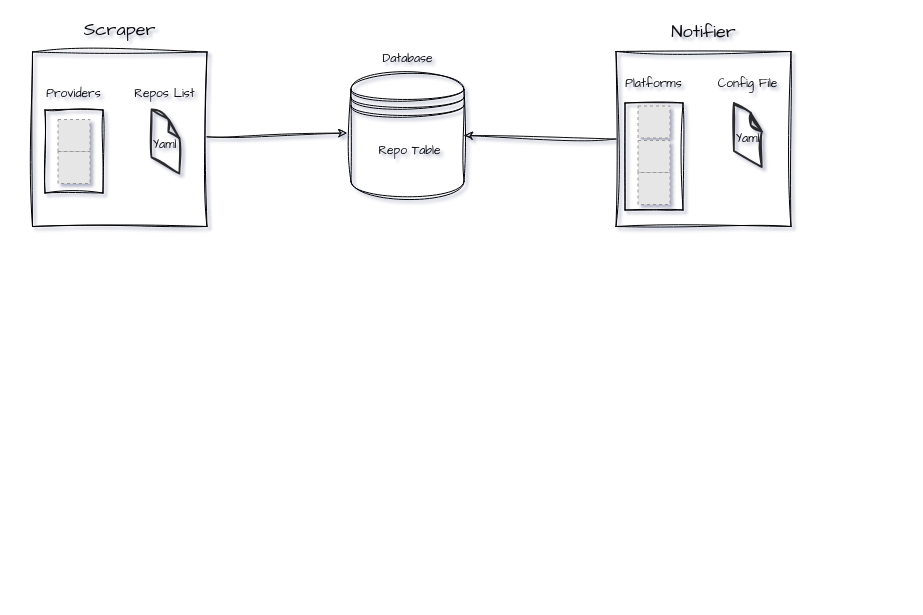
faresherhar/rnotify keeps this draw.io diagram as diagram/diagram.drawio. Above is the earlier version. Source tidied: cells renumbered, new cells numbered last; positions are measured from the earlier drawing's top-left corner, leaving out a move shared by most shapes. Both pictures are drawn from the tidied source at 100%, with x=0, y=0 at pixel (32, 17). Pictures stored in the file or linked from it are replaced by grey dashed boxes.
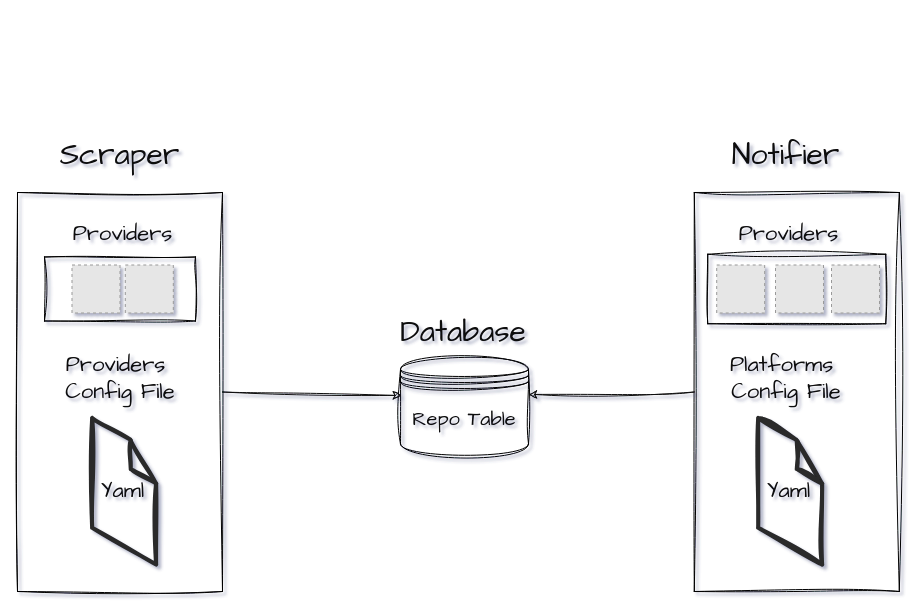
After the change.

Change to the diagram source:
```diff
@@
-    <mxCell id="2" style="whiteSpace=wrap;html=1;sketch=1;hachureGap=4;jiggle=2;curveFitting=1;strokeColor=#000000;fontFamily=Architects Daughter;fontSize=12;fontColor=#100f0f;fillColor=none;" parent="1" vertex="1">
-      <mxGeometry y="34.5" width="174.5" height="174.5" as="geometry" />
-    </mxCell>
-    <mxCell id="3" style="whiteSpace=wrap;html=1;sketch=1;hachureGap=4;jiggle=2;curveFitting=1;strokeColor=#000000;fontFamily=Architects Daughter;fontSize=12;fontColor=#100f0f;fillColor=none;" parent="1" vertex="1">
-      <mxGeometry x="583.5" y="34" width="175" height="175" as="geometry" />
-    </mxCell>
-    <mxCell id="4" style="rounded=0;whiteSpace=wrap;html=1;sketch=1;hachureGap=4;jiggle=2;curveFitting=1;fontFamily=Architects Daughter;fontSize=20;fillColor=none;strokeColor=#000000;rotation=90;" parent="1" vertex="1">
-      <mxGeometry x="568" y="110" width="107" height="58" as="geometry" />
-    </mxCell>
-    <mxCell id="5" style="rounded=0;whiteSpace=wrap;html=1;sketch=1;hachureGap=4;jiggle=2;curveFitting=1;fontFamily=Architects Daughter;fontSize=20;fillColor=none;strokeColor=#000000;rotation=90;" parent="1" vertex="1">
-      <mxGeometry y="105" width="83" height="58" as="geometry" />
+    <mxCell id="5" style="rounded=0;whiteSpace=wrap;html=1;sketch=1;hachureGap=4;jiggle=2;curveFitting=1;fontFamily=Architects Daughter;fontSize=20;fillColor=none;strokeColor=#000000;rotation=90;direction=south;" parent="1" vertex="1">
+      <mxGeometry x="55.5" y="196" width="64" height="151" as="geometry" />
     </mxCell>
-    <mxCell id="6" style="fillColor=#E6E6E6;strokeColor=#999999;dashed=1;verticalLabelPosition=bottom;labelBackgroundColor=default;verticalAlign=top;" parent="1" vertex="1">
-      <mxGeometry x="25.5" y="102" width="32" height="32" as="geometry" />
-    </mxCell>
-    <mxCell id="7" style="fillColor=#E6E6E6;strokeColor=#999999;dashed=1;verticalLabelPosition=bottom;labelBackgroundColor=default;verticalAlign=top;" parent="1" vertex="1">
-      <mxGeometry x="25.5" y="134" width="32" height="32" as="geometry" />
-    </mxCell>
-    <mxCell id="8" value="&lt;font color=&quot;#100f0f&quot; style=&quot;font-size: 12px;&quot;&gt;Providers&lt;/font&gt;" style="text;html=1;strokeColor=none;fillColor=none;align=center;verticalAlign=middle;whiteSpace=wrap;rounded=0;sketch=1;hachureGap=4;jiggle=2;curveFitting=1;fontFamily=Architects Daughter;fontSize=12;" parent="1" vertex="1">
-      <mxGeometry x="13.2" y="65" width="56.5" height="23" as="geometry" />
+    <mxCell id="8" value="&lt;font style=&quot;font-size: 22px;&quot; color=&quot;#100f0f&quot;&gt;Providers&lt;/font&gt;" style="text;html=1;strokeColor=none;fillColor=none;align=center;verticalAlign=middle;whiteSpace=wrap;rounded=0;sketch=1;hachureGap=4;jiggle=2;curveFitting=1;fontFamily=Architects Daughter;fontSize=12;" parent="1" vertex="1">
+      <mxGeometry x="33.8" y="197.5" width="112.8" height="38" as="geometry" />
     </mxCell>
-    <mxCell id="9" value="&lt;font color=&quot;#100f0f&quot; style=&quot;font-size: 12px;&quot;&gt;Database&lt;/font&gt;" style="text;html=1;strokeColor=none;fillColor=none;align=center;verticalAlign=middle;whiteSpace=wrap;rounded=0;sketch=1;hachureGap=4;jiggle=2;curveFitting=1;fontFamily=Architects Daughter;fontSize=12;" parent="1" vertex="1">
-      <mxGeometry x="346.8" y="30" width="56.5" height="23" as="geometry" />
+    <mxCell id="9" value="&lt;font style=&quot;font-size: 30px;&quot; color=&quot;#100f0f&quot;&gt;Database&lt;/font&gt;" style="text;html=1;strokeColor=none;fillColor=none;align=center;verticalAlign=middle;whiteSpace=wrap;rounded=0;sketch=1;hachureGap=4;jiggle=2;curveFitting=1;fontFamily=Architects Daughter;fontSize=12;" parent="1" vertex="1">
+      <mxGeometry x="363" y="297" width="136.2" height="33.5" as="geometry" />
     </mxCell>
-    <mxCell id="10" style="verticalLabelPosition=bottom;html=1;verticalAlign=top;strokeWidth=1;align=center;dashed=0;shape=mxgraph.aws3d.file;strokeColor=#292929;sketch=1;hachureGap=4;jiggle=2;curveFitting=1;fontFamily=Architects Daughter;fontSize=12;fontColor=#100f0f;fillColor=none;" parent="1" vertex="1">
-      <mxGeometry x="119" y="92" width="27.9" height="64" as="geometry" />
-    </mxCell>
-    <mxCell id="11" value="&lt;font color=&quot;#100f0f&quot; style=&quot;font-size: 12px;&quot;&gt;Yaml&lt;/font&gt;" style="text;html=1;strokeColor=none;fillColor=none;align=center;verticalAlign=middle;whiteSpace=wrap;rounded=0;sketch=1;hachureGap=4;jiggle=2;curveFitting=1;fontFamily=Architects Daughter;fontSize=12;" parent="1" vertex="1">
-      <mxGeometry x="117.9" y="116" width="29" height="23" as="geometry" />
-    </mxCell>
-    <mxCell id="12" value="&lt;font color=&quot;#100f0f&quot; style=&quot;font-size: 12px;&quot;&gt;Repos List&lt;/font&gt;" style="text;html=1;strokeColor=none;fillColor=none;align=center;verticalAlign=middle;whiteSpace=wrap;rounded=0;sketch=1;hachureGap=4;jiggle=2;curveFitting=1;fontFamily=Architects Daughter;fontSize=12;" parent="1" vertex="1">
-      <mxGeometry x="99" y="65" width="66.8" height="23" as="geometry" />
-    </mxCell>
-    <mxCell id="13" value="&lt;font color=&quot;#100f0f&quot; style=&quot;font-size: 18px;&quot;&gt;Scraper&lt;/font&gt;" style="text;html=1;strokeColor=none;fillColor=none;align=center;verticalAlign=middle;whiteSpace=wrap;rounded=0;sketch=1;hachureGap=4;jiggle=2;curveFitting=1;fontFamily=Architects Daughter;fontSize=12;" parent="1" vertex="1">
-      <mxGeometry x="59" width="56.5" height="23" as="geometry" />
+    <mxCell id="13" value="&lt;font style=&quot;font-size: 30px;&quot; color=&quot;#100f0f&quot;&gt;Scraper&lt;/font&gt;" style="text;html=1;strokeColor=none;fillColor=none;align=center;verticalAlign=middle;whiteSpace=wrap;rounded=0;sketch=1;hachureGap=4;jiggle=2;curveFitting=1;fontFamily=Architects Daughter;fontSize=12;" parent="1" vertex="1">
+      <mxGeometry x="17" y="112" width="141" height="49" as="geometry" />
     </mxCell>
-    <mxCell id="14" value="&lt;font color=&quot;#100f0f&quot; style=&quot;font-size: 12px;&quot;&gt;Platforms&lt;br&gt;&lt;/font&gt;" style="text;html=1;strokeColor=none;fillColor=none;align=center;verticalAlign=middle;whiteSpace=wrap;rounded=0;sketch=1;hachureGap=4;jiggle=2;curveFitting=1;fontFamily=Architects Daughter;fontSize=12;" parent="1" vertex="1">
-      <mxGeometry x="593.2" y="55" width="56.5" height="23" as="geometry" />
-    </mxCell>
-    <mxCell id="15" style="verticalLabelPosition=bottom;html=1;verticalAlign=top;strokeWidth=1;align=center;dashed=0;shape=mxgraph.aws3d.file;strokeColor=#292929;sketch=1;hachureGap=4;jiggle=2;curveFitting=1;fontFamily=Architects Daughter;fontSize=12;fontColor=#100f0f;fillColor=none;" parent="1" vertex="1">
-      <mxGeometry x="701.4" y="85.5" width="27.9" height="64" as="geometry" />
-    </mxCell>
-    <mxCell id="16" value="&lt;font color=&quot;#100f0f&quot; style=&quot;font-size: 12px;&quot;&gt;Yaml&lt;/font&gt;" style="text;html=1;strokeColor=none;fillColor=none;align=center;verticalAlign=middle;whiteSpace=wrap;rounded=0;sketch=1;hachureGap=4;jiggle=2;curveFitting=1;fontFamily=Architects Daughter;fontSize=12;" parent="1" vertex="1">
-      <mxGeometry x="701.4" y="110" width="29" height="23" as="geometry" />
-    </mxCell>
-    <mxCell id="17" value="&lt;font color=&quot;#100f0f&quot; style=&quot;font-size: 12px;&quot;&gt;Config File&lt;/font&gt;" style="text;html=1;strokeColor=none;fillColor=none;align=center;verticalAlign=middle;whiteSpace=wrap;rounded=0;sketch=1;hachureGap=4;jiggle=2;curveFitting=1;fontFamily=Architects Daughter;fontSize=12;" parent="1" vertex="1">
-      <mxGeometry x="682" y="55" width="66.8" height="23" as="geometry" />
-    </mxCell>
-    <mxCell id="18" value="&lt;font color=&quot;#100f0f&quot; style=&quot;font-size: 18px;&quot;&gt;Notifier&lt;/font&gt;" style="text;html=1;strokeColor=none;fillColor=none;align=center;verticalAlign=middle;whiteSpace=wrap;rounded=0;sketch=1;hachureGap=4;jiggle=2;curveFitting=1;fontFamily=Architects Daughter;fontSize=12;" parent="1" vertex="1">
-      <mxGeometry x="642.8" y="2" width="56.5" height="23" as="geometry" />
-    </mxCell>
-    <mxCell id="19" style="endArrow=classic;html=1;sketch=1;hachureGap=4;jiggle=2;curveFitting=1;fontFamily=Architects Daughter;fontSize=12;fontColor=#100f0f;entryX=0;entryY=0.5;entryDx=0;entryDy=0;strokeColor=#0d0c0c;" parent="1" edge="1" source="2">
-      <mxGeometry relative="1" as="geometry">
-        <mxPoint x="314.5" y="115.5" as="targetPoint" />
-      </mxGeometry>
-    </mxCell>
-    <mxCell id="20" style="fillColor=#E6E6E6;strokeColor=#999999;dashed=1;verticalLabelPosition=bottom;labelBackgroundColor=default;verticalAlign=top;" parent="1" vertex="1">
-      <mxGeometry x="605.5" y="88.5" width="32" height="32" as="geometry" />
-    </mxCell>
-    <mxCell id="21" style="fillColor=#E6E6E6;strokeColor=#999999;dashed=1;verticalLabelPosition=bottom;labelBackgroundColor=default;verticalAlign=top;" parent="1" vertex="1">
-      <mxGeometry x="605.5" y="155" width="32" height="32" as="geometry" />
-    </mxCell>
-    <mxCell id="22" style="fillColor=#E6E6E6;strokeColor=#999999;dashed=1;verticalLabelPosition=bottom;labelBackgroundColor=default;verticalAlign=top;" parent="1" vertex="1">
-      <mxGeometry x="605.5" y="123" width="32" height="32" as="geometry" />
-    </mxCell>
     <mxCell id="23" style="shape=datastore;whiteSpace=wrap;html=1;sketch=1;hachureGap=4;jiggle=2;curveFitting=1;fontFamily=Architects Daughter;fontSize=20;strokeColor=#000000;fillColor=none;" parent="1" vertex="1">
-      <mxGeometry x="318.5" y="56" width="113" height="124" as="geometry" />
+      <mxGeometry x="368" y="340" width="128" height="98.5" as="geometry" />
     </mxCell>
-    <mxCell id="24" value="&lt;font color=&quot;#100f0f&quot; style=&quot;font-size: 12px;&quot;&gt;Repo Table&lt;/font&gt;" style="text;html=1;strokeColor=none;fillColor=none;align=center;verticalAlign=middle;whiteSpace=wrap;rounded=0;sketch=1;hachureGap=4;jiggle=2;curveFitting=1;fontFamily=Architects Daughter;fontSize=12;" parent="1" vertex="1">
-      <mxGeometry x="334.5" y="122.5" width="85" height="23" as="geometry" />
+    <mxCell id="24" value="&lt;font style=&quot;font-size: 20px;&quot; color=&quot;#100f0f&quot;&gt;Repo Table&lt;/font&gt;" style="text;html=1;strokeColor=none;fillColor=none;align=center;verticalAlign=middle;whiteSpace=wrap;rounded=0;sketch=1;hachureGap=4;jiggle=2;curveFitting=1;fontFamily=Architects Daughter;fontSize=12;" parent="1" vertex="1">
+      <mxGeometry x="379.2" y="390.5" width="105.5" height="20" as="geometry" />
     </mxCell>
-    <mxCell id="25" style="endArrow=classic;html=1;sketch=1;hachureGap=4;jiggle=2;curveFitting=1;fontFamily=Architects Daughter;fontSize=12;fontColor=#100f0f;entryX=1;entryY=0.5;entryDx=0;entryDy=0;strokeColor=#0d0c0c;exitX=0;exitY=0.5;exitDx=0;exitDy=0;" parent="1" edge="1" source="3" target="23">
+    <mxCell id="25" style="endArrow=classic;html=1;sketch=1;hachureGap=4;jiggle=2;curveFitting=1;fontFamily=Architects Daughter;fontSize=12;fontColor=#100f0f;entryX=0.007;entryY=0.386;entryDx=0;entryDy=0;strokeColor=#0d0c0c;exitX=0.5;exitY=0;exitDx=0;exitDy=0;entryPerimeter=0;" parent="1" edge="1" source="29" target="23">
       <mxGeometry relative="1" as="geometry" />
     </mxCell>
+    <mxCell id="26" style="verticalLabelPosition=bottom;html=1;verticalAlign=top;strokeWidth=1;align=center;dashed=0;shape=mxgraph.aws3d.file;strokeColor=#292929;sketch=1;hachureGap=4;jiggle=2;curveFitting=1;fontFamily=Architects Daughter;fontSize=12;fontColor=#100f0f;fillColor=none;" parent="1" vertex="1">
+      <mxGeometry x="59.7" y="400.5" width="63.9" height="146.5" as="geometry" />
+    </mxCell>
+    <mxCell id="27" value="&lt;font style=&quot;font-size: 22px;&quot; color=&quot;#100f0f&quot;&gt;Yaml&lt;/font&gt;" style="text;html=1;strokeColor=none;fillColor=none;align=center;verticalAlign=middle;whiteSpace=wrap;rounded=0;sketch=1;hachureGap=4;jiggle=2;curveFitting=1;fontFamily=Architects Daughter;fontSize=12;" parent="1" vertex="1">
+      <mxGeometry x="62.6" y="459.2" width="55" height="29" as="geometry" />
+    </mxCell>
+    <mxCell id="28" value="&lt;div style=&quot;font-size: 22px;&quot;&gt;&lt;font style=&quot;font-size: 22px;&quot; color=&quot;#100f0f&quot;&gt;Providers&amp;nbsp;&lt;/font&gt;&lt;/div&gt;&lt;div style=&quot;font-size: 22px;&quot;&gt;&lt;font style=&quot;font-size: 22px;&quot; color=&quot;#100f0f&quot;&gt;Config File&lt;/font&gt;&lt;/div&gt;" style="text;html=1;strokeColor=none;fillColor=none;align=center;verticalAlign=middle;whiteSpace=wrap;rounded=0;sketch=1;hachureGap=4;jiggle=2;curveFitting=1;fontFamily=Architects Daughter;fontSize=12;" parent="1" vertex="1">
+      <mxGeometry x="24.7" y="330.5" width="125.6" height="60" as="geometry" />
+    </mxCell>
+    <mxCell id="29" style="whiteSpace=wrap;html=1;fontFamily=Architects Daughter;fillColor=none;strokeColor=#000000;fontColor=#100f0f;sketch=1;hachureGap=4;jiggle=2;curveFitting=1;direction=south;" parent="1" vertex="1">
+      <mxGeometry x="-15" y="175" width="205" height="399" as="geometry" />
+    </mxCell>
+    <mxCell id="30" style="fillColor=#E6E6E6;strokeColor=#999999;dashed=1;html=1;verticalAlign=top;verticalLabelPosition=bottom;labelBackgroundColor=#ffffff;" parent="1" vertex="1">
+      <mxGeometry x="39.5" y="247.5" width="48" height="48" as="geometry" />
+    </mxCell>
+    <mxCell id="31" style="fillColor=#E6E6E6;strokeColor=#999999;dashed=1;html=1;verticalAlign=top;verticalLabelPosition=bottom;labelBackgroundColor=#ffffff;" parent="1" vertex="1">
+      <mxGeometry x="92.8" y="247.5" width="48" height="48" as="geometry" />
+    </mxCell>
+    <mxCell id="32" style="rounded=0;whiteSpace=wrap;html=1;sketch=1;hachureGap=4;jiggle=2;curveFitting=1;fontFamily=Architects Daughter;fontSize=20;fillColor=none;strokeColor=#000000;rotation=90;direction=south;" parent="1" vertex="1">
+      <mxGeometry x="729.5" y="182.5" width="69.5" height="178" as="geometry" />
+    </mxCell>
+    <mxCell id="33" value="&lt;font style=&quot;font-size: 22px;&quot; color=&quot;#100f0f&quot;&gt;Providers&lt;/font&gt;" style="text;html=1;strokeColor=none;fillColor=none;align=center;verticalAlign=middle;whiteSpace=wrap;rounded=0;sketch=1;hachureGap=4;jiggle=2;curveFitting=1;fontFamily=Architects Daughter;fontSize=12;" parent="1" vertex="1">
+      <mxGeometry x="699.8" y="197.5" width="112.8" height="38" as="geometry" />
+    </mxCell>
+    <mxCell id="18" value="&lt;div&gt;&lt;font style=&quot;font-size: 30px;&quot; color=&quot;#100f0f&quot;&gt;Notifier&lt;/font&gt;&lt;/div&gt;" style="text;html=1;strokeColor=none;fillColor=none;align=center;verticalAlign=middle;whiteSpace=wrap;rounded=0;sketch=1;hachureGap=4;jiggle=2;curveFitting=1;fontFamily=Architects Daughter;fontSize=12;" parent="1" vertex="1">
+      <mxGeometry x="683" y="112" width="141" height="49" as="geometry" />
+    </mxCell>
+    <mxCell id="34" style="verticalLabelPosition=bottom;html=1;verticalAlign=top;strokeWidth=1;align=center;dashed=0;shape=mxgraph.aws3d.file;strokeColor=#292929;sketch=1;hachureGap=4;jiggle=2;curveFitting=1;fontFamily=Architects Daughter;fontSize=12;fontColor=#100f0f;fillColor=none;" parent="1" vertex="1">
+      <mxGeometry x="725.7" y="400.5" width="63.9" height="146.5" as="geometry" />
+    </mxCell>
+    <mxCell id="35" value="&lt;font style=&quot;font-size: 22px;&quot; color=&quot;#100f0f&quot;&gt;Yaml&lt;/font&gt;" style="text;html=1;strokeColor=none;fillColor=none;align=center;verticalAlign=middle;whiteSpace=wrap;rounded=0;sketch=1;hachureGap=4;jiggle=2;curveFitting=1;fontFamily=Architects Daughter;fontSize=12;" parent="1" vertex="1">
+      <mxGeometry x="728.6" y="459.2" width="55" height="29" as="geometry" />
+    </mxCell>
+    <mxCell id="36" style="whiteSpace=wrap;html=1;fontFamily=Architects Daughter;fillColor=none;strokeColor=#000000;fontColor=#100f0f;sketch=1;hachureGap=4;jiggle=2;curveFitting=1;direction=south;" parent="1" vertex="1">
+      <mxGeometry x="661.8" y="175" width="205" height="399" as="geometry" />
+    </mxCell>
+    <mxCell id="37" value="&lt;div style=&quot;font-size: 22px;&quot;&gt;&lt;font style=&quot;font-size: 22px;&quot; color=&quot;#100f0f&quot;&gt;Platforms&amp;nbsp;&lt;/font&gt;&lt;/div&gt;&lt;div style=&quot;font-size: 22px;&quot;&gt;&lt;font style=&quot;font-size: 22px;&quot; color=&quot;#100f0f&quot;&gt;Config File&lt;/font&gt;&lt;/div&gt;" style="text;html=1;strokeColor=none;fillColor=none;align=center;verticalAlign=middle;whiteSpace=wrap;rounded=0;sketch=1;hachureGap=4;jiggle=2;curveFitting=1;fontFamily=Architects Daughter;fontSize=12;" parent="1" vertex="1">
+      <mxGeometry x="690.7" y="330.5" width="125.6" height="60" as="geometry" />
+    </mxCell>
+    <mxCell id="38" style="fillColor=#E6E6E6;strokeColor=#999999;dashed=1;html=1;verticalAlign=top;verticalLabelPosition=bottom;labelBackgroundColor=#ffffff;" parent="1" vertex="1">
+      <mxGeometry x="684.2" y="247.5" width="48" height="48" as="geometry" />
+    </mxCell>
+    <mxCell id="39" style="fillColor=#E6E6E6;strokeColor=#999999;dashed=1;html=1;verticalAlign=top;verticalLabelPosition=bottom;labelBackgroundColor=#ffffff;" parent="1" vertex="1">
+      <mxGeometry x="743" y="247.5" width="48" height="48" as="geometry" />
+    </mxCell>
+    <mxCell id="40" style="fillColor=#E6E6E6;strokeColor=#999999;dashed=1;html=1;verticalAlign=top;verticalLabelPosition=bottom;labelBackgroundColor=#ffffff;" parent="1" vertex="1">
+      <mxGeometry x="799" y="247.5" width="48" height="48" as="geometry" />
+    </mxCell>
+    <mxCell id="41" style="endArrow=classic;html=1;sketch=1;hachureGap=4;jiggle=2;curveFitting=1;fontFamily=Architects Daughter;fontSize=12;fontColor=#100f0f;entryX=0.999;entryY=0.376;entryDx=0;entryDy=0;strokeColor=#0d0c0c;exitX=0.5;exitY=1;exitDx=0;exitDy=0;entryPerimeter=0;" parent="1" edge="1" source="36" target="23">
+      <mxGeometry relative="1" as="geometry" />
+    </mxCell>
```
